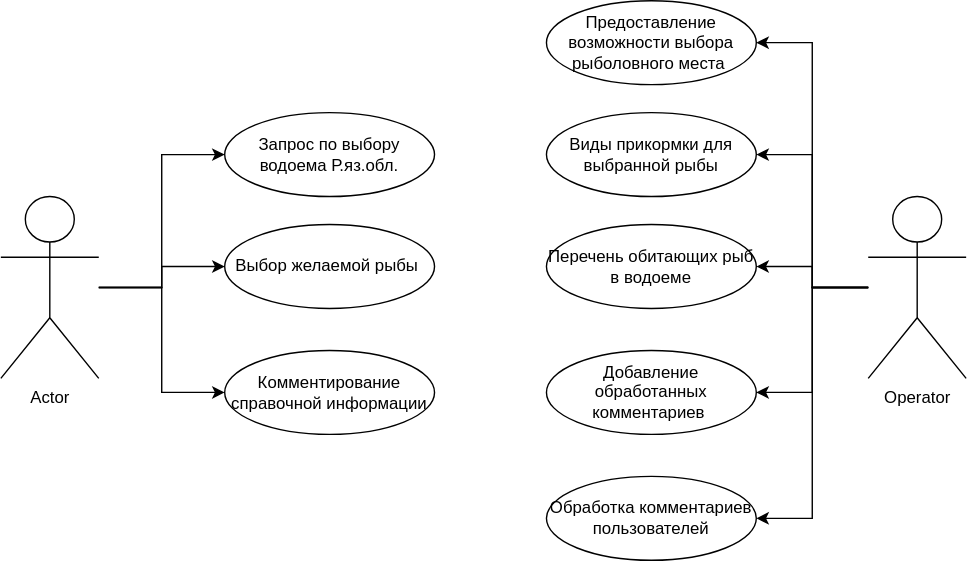
Above: use case.drawio.svg in Gsuslov/site (draw.io), before the change. Source tidied: cells renumbered, new cells last; positions are measured from the earlier drawing's top-left corner, leaving out a move shared by most shapes. The source it was exported from:
```xml
<mxGraphModel>
  <root>
    <mxCell id="0" />
    <mxCell id="1" parent="0" />
    <mxCell id="2" style="edgeStyle=orthogonalEdgeStyle;rounded=0;jettySize=auto;html=1;" parent="1" edge="1" source="5" target="8">
      <mxGeometry relative="1" as="geometry" />
    </mxCell>
    <mxCell id="3" style="edgeStyle=orthogonalEdgeStyle;rounded=0;jettySize=auto;html=1;entryX=0;entryY=0.5;entryDx=0;entryDy=0;" parent="1" edge="1" source="5" target="7">
      <mxGeometry relative="1" as="geometry" />
    </mxCell>
    <mxCell id="4" style="edgeStyle=orthogonalEdgeStyle;rounded=0;jettySize=auto;html=1;entryX=0;entryY=0.5;entryDx=0;entryDy=0;" parent="1" edge="1" source="5" target="6">
      <mxGeometry relative="1" as="geometry" />
    </mxCell>
    <mxCell id="5" value="Actor" style="shape=umlActor;verticalLabelPosition=bottom;verticalAlign=top;html=1;outlineConnect=0;" parent="1" vertex="1">
      <mxGeometry y="140" width="70" height="130" as="geometry" />
    </mxCell>
    <mxCell id="6" value="Запрос по выбору водоема Р.яз.обл." style="ellipse;whiteSpace=wrap;html=1;" parent="1" vertex="1">
      <mxGeometry x="160" y="80" width="150" height="60" as="geometry" />
    </mxCell>
    <mxCell id="7" value="Выбор желаемой рыбы&amp;nbsp;" style="ellipse;whiteSpace=wrap;html=1;" parent="1" vertex="1">
      <mxGeometry x="160" y="160" width="150" height="60" as="geometry" />
    </mxCell>
    <mxCell id="8" value="Комментирование справочной информации" style="ellipse;whiteSpace=wrap;html=1;" parent="1" vertex="1">
      <mxGeometry x="160" y="250" width="150" height="60" as="geometry" />
    </mxCell>
    <mxCell id="9" style="edgeStyle=orthogonalEdgeStyle;rounded=0;jettySize=auto;html=1;" parent="1" edge="1" source="14" target="17">
      <mxGeometry relative="1" as="geometry" />
    </mxCell>
    <mxCell id="10" style="edgeStyle=orthogonalEdgeStyle;rounded=0;jettySize=auto;html=1;" parent="1" edge="1" source="14" target="16">
      <mxGeometry relative="1" as="geometry" />
    </mxCell>
    <mxCell id="11" style="edgeStyle=orthogonalEdgeStyle;rounded=0;jettySize=auto;html=1;entryX=1;entryY=0.5;entryDx=0;entryDy=0;" parent="1" edge="1" source="14" target="15">
      <mxGeometry relative="1" as="geometry" />
    </mxCell>
    <mxCell id="12" style="edgeStyle=orthogonalEdgeStyle;rounded=0;jettySize=auto;html=1;entryX=1;entryY=0.5;entryDx=0;entryDy=0;" parent="1" edge="1" source="14" target="18">
      <mxGeometry relative="1" as="geometry" />
    </mxCell>
    <mxCell id="13" style="edgeStyle=orthogonalEdgeStyle;rounded=0;jettySize=auto;html=1;entryX=1;entryY=0.5;entryDx=0;entryDy=0;" parent="1" edge="1" source="14" target="19">
      <mxGeometry relative="1" as="geometry" />
    </mxCell>
    <mxCell id="14" value="Operator" style="shape=umlActor;verticalLabelPosition=bottom;verticalAlign=top;html=1;outlineConnect=0;" parent="1" vertex="1">
      <mxGeometry x="620" y="140" width="70" height="130" as="geometry" />
    </mxCell>
    <mxCell id="15" value="Виды прикормки для выбранной рыбы" style="ellipse;whiteSpace=wrap;html=1;" parent="1" vertex="1">
      <mxGeometry x="390" y="80" width="150" height="60" as="geometry" />
    </mxCell>
    <mxCell id="16" value="Перечень обитающих рыб в водоеме" style="ellipse;whiteSpace=wrap;html=1;" parent="1" vertex="1">
      <mxGeometry x="390" y="160" width="150" height="60" as="geometry" />
    </mxCell>
    <mxCell id="17" value="Добавление обработанных комментариев&amp;nbsp;" style="ellipse;whiteSpace=wrap;html=1;" parent="1" vertex="1">
      <mxGeometry x="390" y="250" width="150" height="60" as="geometry" />
    </mxCell>
    <mxCell id="18" value="Обработка комментариев пользователей" style="ellipse;whiteSpace=wrap;html=1;" parent="1" vertex="1">
      <mxGeometry x="390" y="340" width="150" height="60" as="geometry" />
    </mxCell>
    <mxCell id="19" value="Предоставление возможности выбора рыболовного места&amp;nbsp;" style="ellipse;whiteSpace=wrap;html=1;" parent="1" vertex="1">
      <mxGeometry x="390" width="150" height="60" as="geometry" />
    </mxCell>
  </root>
</mxGraphModel>
```
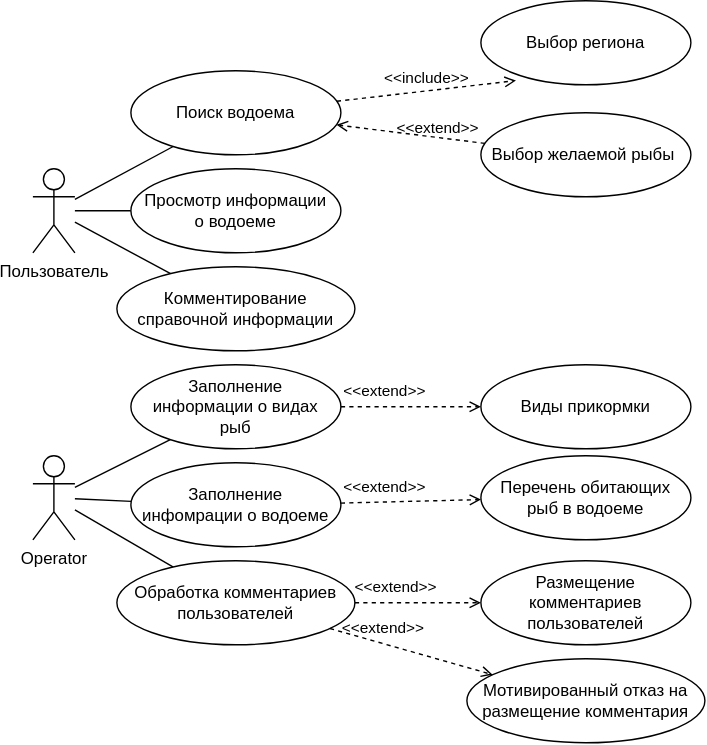
After the commit.

Diff of the diagram source:
```diff
@@ -2,59 +2,83 @@
   <root>
     <mxCell id="0" />
     <mxCell id="1" parent="0" />
-    <mxCell id="2" style="edgeStyle=orthogonalEdgeStyle;rounded=0;jettySize=auto;html=1;" parent="1" edge="1" source="5" target="8">
-      <mxGeometry relative="1" as="geometry" />
-    </mxCell>
-    <mxCell id="3" style="edgeStyle=orthogonalEdgeStyle;rounded=0;jettySize=auto;html=1;entryX=0;entryY=0.5;entryDx=0;entryDy=0;" parent="1" edge="1" source="5" target="7">
-      <mxGeometry relative="1" as="geometry" />
-    </mxCell>
-    <mxCell id="4" style="edgeStyle=orthogonalEdgeStyle;rounded=0;jettySize=auto;html=1;entryX=0;entryY=0.5;entryDx=0;entryDy=0;" parent="1" edge="1" source="5" target="6">
-      <mxGeometry relative="1" as="geometry" />
-    </mxCell>
-    <mxCell id="5" value="Actor" style="shape=umlActor;verticalLabelPosition=bottom;verticalAlign=top;html=1;outlineConnect=0;" parent="1" vertex="1">
-      <mxGeometry y="140" width="70" height="130" as="geometry" />
+    <mxCell id="5" value="Пользователь" style="shape=umlActor;verticalLabelPosition=bottom;verticalAlign=top;html=1;outlineConnect=0;" parent="1" vertex="1">
+      <mxGeometry x="60" y="140" width="30" height="60" as="geometry" />
     </mxCell>
+    <mxCell id="20" style="rounded=0;jettySize=auto;html=1;endArrow=none;endFill=0;" parent="1" edge="1" source="6" target="5">
+      <mxGeometry relative="1" as="geometry" />
+    </mxCell>
-    <mxCell id="6" value="Запрос по выбору водоема Р.яз.обл." style="ellipse;whiteSpace=wrap;html=1;" parent="1" vertex="1">
-      <mxGeometry x="160" y="80" width="150" height="60" as="geometry" />
+    <mxCell id="6" value="Поиск водоема" style="ellipse;whiteSpace=wrap;html=1;" parent="1" vertex="1">
+      <mxGeometry x="130" y="70" width="150" height="60" as="geometry" />
     </mxCell>
     <mxCell id="7" value="Выбор желаемой рыбы&amp;nbsp;" style="ellipse;whiteSpace=wrap;html=1;" parent="1" vertex="1">
-      <mxGeometry x="160" y="160" width="150" height="60" as="geometry" />
+      <mxGeometry x="380" y="100" width="150" height="60" as="geometry" />
     </mxCell>
+    <mxCell id="21" style="edgeStyle=none;rounded=0;jettySize=auto;html=1;endArrow=none;endFill=0;" parent="1" edge="1" source="8" target="5">
+      <mxGeometry relative="1" as="geometry" />
+    </mxCell>
-    <mxCell id="8" value="Комментирование справочной информации" style="ellipse;whiteSpace=wrap;html=1;" parent="1" vertex="1">
-      <mxGeometry x="160" y="250" width="150" height="60" as="geometry" />
+    <mxCell id="8" value="Комментирование &lt;br&gt;справочной информации" style="ellipse;whiteSpace=wrap;html=1;" parent="1" vertex="1">
+      <mxGeometry x="120" y="210" width="170" height="60" as="geometry" />
     </mxCell>
-    <mxCell id="9" style="edgeStyle=orthogonalEdgeStyle;rounded=0;jettySize=auto;html=1;" parent="1" edge="1" source="14" target="17">
-      <mxGeometry relative="1" as="geometry" />
-    </mxCell>
-    <mxCell id="10" style="edgeStyle=orthogonalEdgeStyle;rounded=0;jettySize=auto;html=1;" parent="1" edge="1" source="14" target="16">
-      <mxGeometry relative="1" as="geometry" />
-    </mxCell>
-    <mxCell id="11" style="edgeStyle=orthogonalEdgeStyle;rounded=0;jettySize=auto;html=1;entryX=1;entryY=0.5;entryDx=0;entryDy=0;" parent="1" edge="1" source="14" target="15">
-      <mxGeometry relative="1" as="geometry" />
-    </mxCell>
+    <mxCell id="22" style="edgeStyle=none;rounded=0;jettySize=auto;html=1;endArrow=none;endFill=0;" parent="1" edge="1" source="14" target="28">
+      <mxGeometry relative="1" as="geometry" />
+    </mxCell>
-    <mxCell id="12" style="edgeStyle=orthogonalEdgeStyle;rounded=0;jettySize=auto;html=1;entryX=1;entryY=0.5;entryDx=0;entryDy=0;" parent="1" edge="1" source="14" target="18">
+    <mxCell id="12" style="edgeStyle=none;rounded=0;jettySize=auto;html=1;endArrow=none;endFill=0;" parent="1" edge="1" source="14" target="18">
       <mxGeometry relative="1" as="geometry" />
     </mxCell>
-    <mxCell id="13" style="edgeStyle=orthogonalEdgeStyle;rounded=0;jettySize=auto;html=1;entryX=1;entryY=0.5;entryDx=0;entryDy=0;" parent="1" edge="1" source="14" target="19">
-      <mxGeometry relative="1" as="geometry" />
-    </mxCell>
     <mxCell id="14" value="Operator" style="shape=umlActor;verticalLabelPosition=bottom;verticalAlign=top;html=1;outlineConnect=0;" parent="1" vertex="1">
-      <mxGeometry x="620" y="140" width="70" height="130" as="geometry" />
+      <mxGeometry x="60" y="345" width="30" height="60" as="geometry" />
     </mxCell>
-    <mxCell id="15" value="Виды прикормки для выбранной рыбы" style="ellipse;whiteSpace=wrap;html=1;" parent="1" vertex="1">
-      <mxGeometry x="390" y="80" width="150" height="60" as="geometry" />
+    <mxCell id="15" value="Виды прикормки" style="ellipse;whiteSpace=wrap;html=1;" parent="1" vertex="1">
+      <mxGeometry x="380" y="280" width="150" height="60" as="geometry" />
     </mxCell>
-    <mxCell id="16" value="Перечень обитающих рыб в водоеме" style="ellipse;whiteSpace=wrap;html=1;" parent="1" vertex="1">
-      <mxGeometry x="390" y="160" width="150" height="60" as="geometry" />
+    <mxCell id="16" value="Перечень обитающих&lt;br&gt;рыб в водоеме" style="ellipse;whiteSpace=wrap;html=1;" parent="1" vertex="1">
+      <mxGeometry x="380" y="345" width="150" height="60" as="geometry" />
     </mxCell>
-    <mxCell id="17" value="Добавление обработанных комментариев&amp;nbsp;" style="ellipse;whiteSpace=wrap;html=1;" parent="1" vertex="1">
-      <mxGeometry x="390" y="250" width="150" height="60" as="geometry" />
+    <mxCell id="17" value="Размещение комментариев пользователей" style="ellipse;whiteSpace=wrap;html=1;" parent="1" vertex="1">
+      <mxGeometry x="380" y="420" width="150" height="60" as="geometry" />
     </mxCell>
     <mxCell id="18" value="Обработка комментариев пользователей" style="ellipse;whiteSpace=wrap;html=1;" parent="1" vertex="1">
-      <mxGeometry x="390" y="340" width="150" height="60" as="geometry" />
+      <mxGeometry x="120" y="420" width="170" height="60" as="geometry" />
     </mxCell>
-    <mxCell id="19" value="Предоставление возможности выбора рыболовного места&amp;nbsp;" style="ellipse;whiteSpace=wrap;html=1;" parent="1" vertex="1">
-      <mxGeometry x="390" width="150" height="60" as="geometry" />
-    </mxCell>
+    <mxCell id="23" value="Выбор региона" style="ellipse;whiteSpace=wrap;html=1;" parent="1" vertex="1">
+      <mxGeometry x="380" y="20" width="150" height="60" as="geometry" />
+    </mxCell>
+    <mxCell id="24" value="&amp;lt;&amp;lt;include&amp;gt;&amp;gt;" style="html=1;verticalAlign=bottom;labelBackgroundColor=none;endArrow=open;endFill=0;dashed=1;entryX=0.167;entryY=0.95;entryDx=0;entryDy=0;entryPerimeter=0;" parent="1" edge="1" source="6" target="23">
+      <mxGeometry relative="1" as="geometry" />
+    </mxCell>
+    <mxCell id="25" value="&amp;lt;&amp;lt;extend&amp;gt;&amp;gt;" style="html=1;verticalAlign=bottom;labelBackgroundColor=none;endArrow=open;endFill=0;dashed=1;" parent="1" edge="1" source="7" target="6">
+      <mxGeometry x="-0.37" y="2" relative="1" as="geometry" />
+    </mxCell>
+    <mxCell id="26" style="edgeStyle=none;rounded=0;jettySize=auto;html=1;endArrow=none;endFill=0;" parent="1" edge="1" source="27" target="5">
+      <mxGeometry relative="1" as="geometry" />
+    </mxCell>
+    <mxCell id="27" value="Просмотр информации&lt;br&gt;о водоеме" style="ellipse;whiteSpace=wrap;html=1;" parent="1" vertex="1">
+      <mxGeometry x="130" y="140" width="150" height="60" as="geometry" />
+    </mxCell>
+    <mxCell id="28" value="Заполнение &lt;br&gt;инфомрации о водоеме" style="ellipse;whiteSpace=wrap;html=1;" parent="1" vertex="1">
+      <mxGeometry x="130" y="350" width="150" height="60" as="geometry" />
+    </mxCell>
+    <mxCell id="29" value="&amp;lt;&amp;lt;extend&amp;gt;&amp;gt;" style="html=1;verticalAlign=bottom;labelBackgroundColor=none;endArrow=open;endFill=0;dashed=1;" parent="1" edge="1" source="28" target="16">
+      <mxGeometry x="-0.37" y="2" relative="1" as="geometry" />
+    </mxCell>
+    <mxCell id="30" style="edgeStyle=none;rounded=0;jettySize=auto;html=1;endArrow=none;endFill=0;" parent="1" edge="1" source="31" target="14">
+      <mxGeometry relative="1" as="geometry" />
+    </mxCell>
+    <mxCell id="31" value="Заполнение&lt;br&gt;информации о видах&lt;br&gt;рыб" style="ellipse;whiteSpace=wrap;html=1;" parent="1" vertex="1">
+      <mxGeometry x="130" y="280" width="150" height="60" as="geometry" />
+    </mxCell>
+    <mxCell id="32" value="&amp;lt;&amp;lt;extend&amp;gt;&amp;gt;" style="html=1;verticalAlign=bottom;labelBackgroundColor=none;endArrow=open;endFill=0;dashed=1;" parent="1" edge="1" source="31" target="15">
+      <mxGeometry x="-0.37" y="2" relative="1" as="geometry" />
+    </mxCell>
+    <mxCell id="33" value="&amp;lt;&amp;lt;extend&amp;gt;&amp;gt;" style="html=1;verticalAlign=bottom;labelBackgroundColor=none;endArrow=open;endFill=0;dashed=1;" parent="1" edge="1" source="18" target="17">
+      <mxGeometry x="-0.37" y="2" relative="1" as="geometry" />
+    </mxCell>
+    <mxCell id="34" value="Мотивированный отказ на размещение комментария" style="ellipse;whiteSpace=wrap;html=1;" parent="1" vertex="1">
+      <mxGeometry x="370" y="490" width="170" height="60" as="geometry" />
+    </mxCell>
+    <mxCell id="35" value="&amp;lt;&amp;lt;extend&amp;gt;&amp;gt;" style="html=1;verticalAlign=bottom;labelBackgroundColor=none;endArrow=open;endFill=0;dashed=1;" parent="1" edge="1" source="18" target="34">
+      <mxGeometry x="-0.37" y="2" relative="1" as="geometry" />
+    </mxCell>
   </root>
 </mxGraphModel>
```
